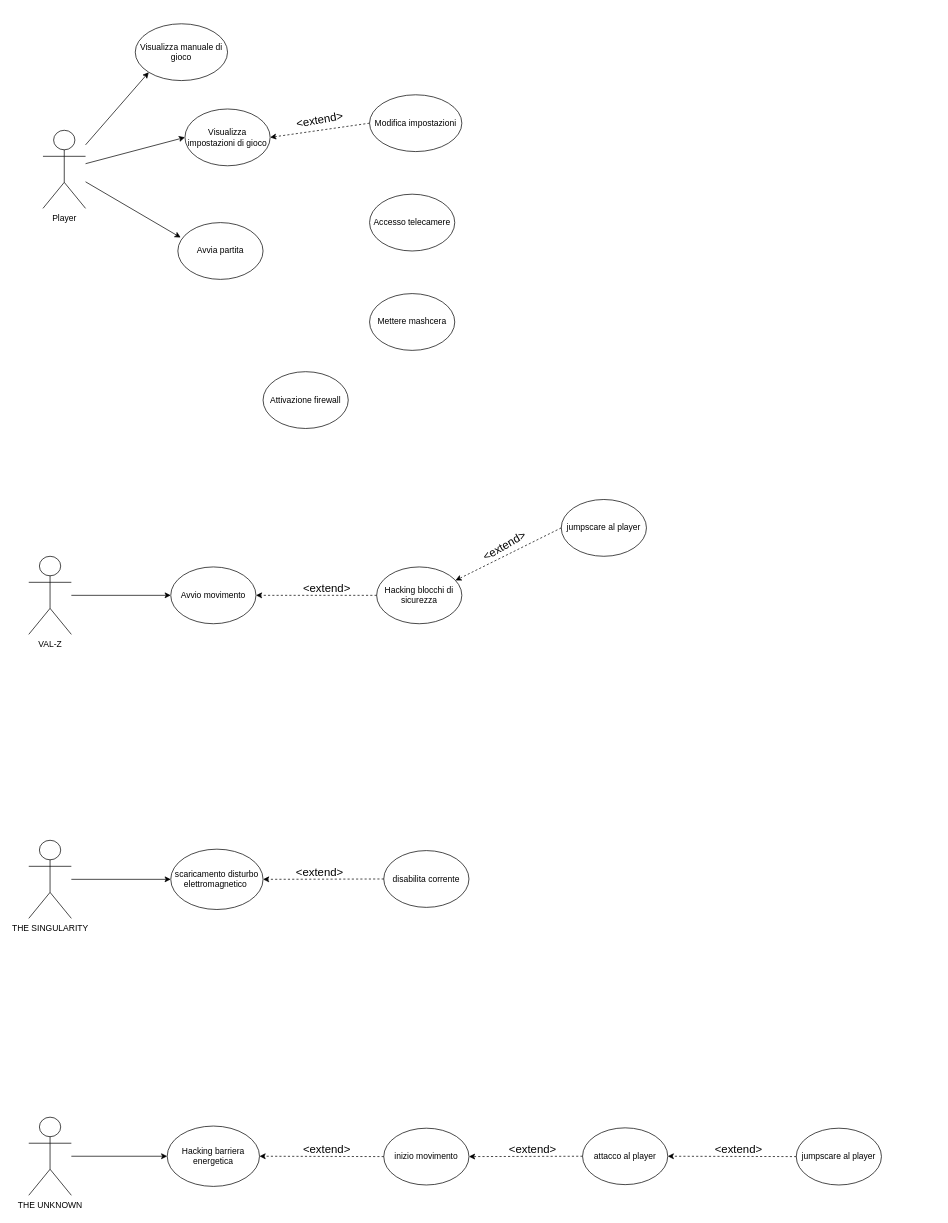
The draw.io diagram 7_Allegati/Use_Case.drawio in NLEchap0/System-Breach-Five-Nights, before the edit. Source tidied: cells renumbered, new cells numbered last; positions are measured from the earlier drawing's top-left corner, leaving out a move shared by most shapes. Both pictures are drawn from the tidied source at 71%, with x=0, y=0 at pixel (28, 23).
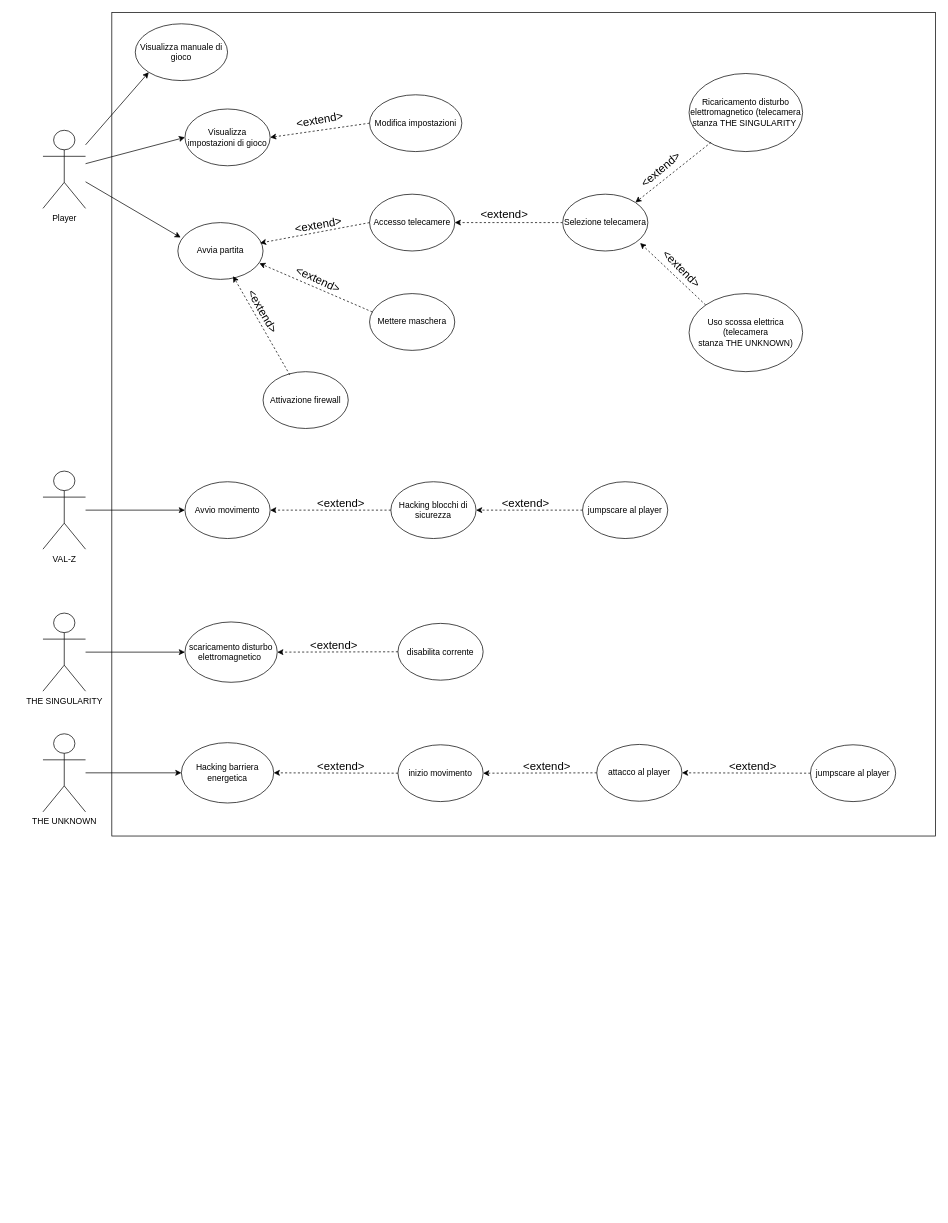
Above is the later version.

Commit message (it also covers changes not shown here):
completamento use case

The change refers to these unchanged cells:
```xml
<mxCell id="11" value="Avvia partita" style="ellipse;whiteSpace=wrap;html=1;" parent="1" vertex="1">
  <mxGeometry x="210" y="280" width="120" height="80" as="geometry" />
</mxCell>
<mxCell id="12" value="Accesso telecamere" style="ellipse;whiteSpace=wrap;html=1;" parent="1" vertex="1">
  <mxGeometry x="480" y="240" width="120" height="80" as="geometry" />
</mxCell>
<mxCell id="13" value="Attivazione firewall" style="ellipse;whiteSpace=wrap;html=1;" parent="1" vertex="1">
  <mxGeometry x="330" y="490" width="120" height="80" as="geometry" />
</mxCell>
```

The edit, as a diff of the source:
```diff
@@
+    <mxCell id="42" style="whiteSpace=wrap;html=1;fillColor=default;backgroundOutline=0;" parent="1" vertex="1">
+      <mxGeometry x="117" y="-16" width="1160" height="1160" as="geometry" />
+    </mxCell>
@@
-    <mxCell id="14" value="Mettere mashcera" style="ellipse;whiteSpace=wrap;html=1;" parent="1" vertex="1">
-      <mxGeometry x="480" y="380" width="120" height="80" as="geometry" />
-    </mxCell>
+    <mxCell id="43" value="Mettere maschera" style="ellipse;whiteSpace=wrap;html=1;" parent="1" vertex="1">
+      <mxGeometry x="480" y="380" width="120" height="80" as="geometry" />
+    </mxCell>
     <mxCell id="15" value="VAL-Z" style="shape=umlActor;verticalLabelPosition=bottom;verticalAlign=top;html=1;outlineConnect=0;" parent="1" vertex="1">
-      <mxGeometry y="750" width="60" height="110" as="geometry" />
+      <mxGeometry x="20" y="630" width="60" height="110" as="geometry" />
     </mxCell>
     <mxCell id="16" value="Avvio movimento" style="ellipse;whiteSpace=wrap;html=1;" parent="1" vertex="1">
-      <mxGeometry x="200" y="765" width="120" height="80" as="geometry" />
+      <mxGeometry x="220" y="645" width="120" height="80" as="geometry" />
     </mxCell>
@@
     <mxCell id="18" value="Hacking blocchi di sicurezza" style="ellipse;whiteSpace=wrap;html=1;" parent="1" vertex="1">
-      <mxGeometry x="490" y="765" width="120" height="80" as="geometry" />
+      <mxGeometry x="510" y="645" width="120" height="80" as="geometry" />
     </mxCell>
@@
-    <mxCell id="20" value="&lt;font style=&quot;font-size: 16px;&quot;&gt;&amp;lt;extend&amp;gt;&lt;/font&gt;" style="text;html=1;whiteSpace=wrap;strokeColor=none;fillColor=none;align=center;verticalAlign=middle;rounded=0;rotation=0;" parent="1" vertex="1">
-      <mxGeometry x="390" y="780" width="60" height="30" as="geometry" />
-    </mxCell>
-    <mxCell id="21" value="jumpscare al player" style="ellipse;whiteSpace=wrap;html=1;" parent="1" vertex="1">
-      <mxGeometry x="750" y="670" width="120" height="80" as="geometry" />
-    </mxCell>
-    <mxCell id="22" style="html=1;labelBackgroundColor=#ffffff;startArrow=none;startFill=0;startSize=6;endArrow=classic;endFill=1;endSize=6;jettySize=auto;strokeWidth=1;dashed=1;fontSize=14;rounded=0;entryX=0.925;entryY=0.238;entryDx=0;entryDy=0;exitX=0;exitY=0.5;exitDx=0;exitDy=0;entryPerimeter=0;" parent="1" edge="1" source="21" target="18">
-      <mxGeometry relative="1" as="geometry" />
-    </mxCell>
-    <mxCell id="23" value="&lt;font style=&quot;font-size: 16px;&quot;&gt;&amp;lt;extend&amp;gt;&lt;/font&gt;" style="text;html=1;whiteSpace=wrap;strokeColor=none;fillColor=none;align=center;verticalAlign=middle;rounded=0;rotation=-30;" parent="1" vertex="1">
-      <mxGeometry x="640" y="720" width="60" height="30" as="geometry" />
-    </mxCell>
+    <mxCell id="44" value="&lt;font style=&quot;font-size: 16px;&quot;&gt;&amp;lt;extend&amp;gt;&lt;/font&gt;" style="text;html=1;whiteSpace=wrap;strokeColor=none;fillColor=none;align=center;verticalAlign=middle;rounded=0;rotation=0;" parent="1" vertex="1">
+      <mxGeometry x="410" y="660" width="60" height="30" as="geometry" />
+    </mxCell>
+    <mxCell id="45" value="jumpscare al player" style="ellipse;whiteSpace=wrap;html=1;" parent="1" vertex="1">
+      <mxGeometry x="780" y="645" width="120" height="80" as="geometry" />
+    </mxCell>
+    <mxCell id="46" style="html=1;labelBackgroundColor=#ffffff;startArrow=none;startFill=0;startSize=6;endArrow=classic;endFill=1;endSize=6;jettySize=auto;strokeWidth=1;dashed=1;fontSize=14;rounded=0;entryX=1;entryY=0.5;entryDx=0;entryDy=0;exitX=0;exitY=0.5;exitDx=0;exitDy=0;" parent="1" edge="1" source="45" target="18">
+      <mxGeometry relative="1" as="geometry" />
+    </mxCell>
+    <mxCell id="47" value="&lt;font style=&quot;font-size: 16px;&quot;&gt;&amp;lt;extend&amp;gt;&lt;/font&gt;" style="text;html=1;whiteSpace=wrap;strokeColor=none;fillColor=none;align=center;verticalAlign=middle;rounded=0;rotation=0;" parent="1" vertex="1">
+      <mxGeometry x="670" y="660" width="60" height="30" as="geometry" />
+    </mxCell>
     <mxCell id="24" value="THE SINGULARITY" style="shape=umlActor;verticalLabelPosition=bottom;verticalAlign=top;html=1;outlineConnect=0;" parent="1" vertex="1">
-      <mxGeometry y="1150" width="60" height="110" as="geometry" />
+      <mxGeometry x="20" y="830" width="60" height="110" as="geometry" />
     </mxCell>
     <mxCell id="25" value="scaricamento disturbo elettromagnetico&amp;nbsp;" style="ellipse;whiteSpace=wrap;html=1;" parent="1" vertex="1">
-      <mxGeometry x="200" y="1162.5" width="130" height="85" as="geometry" />
+      <mxGeometry x="220" y="842.5" width="130" height="85" as="geometry" />
     </mxCell>
@@
     <mxCell id="27" value="disabilita corrente" style="ellipse;whiteSpace=wrap;html=1;" parent="1" vertex="1">
-      <mxGeometry x="500" y="1164.5" width="120" height="80" as="geometry" />
+      <mxGeometry x="520" y="844.5" width="120" height="80" as="geometry" />
     </mxCell>
@@
-    <mxCell id="29" value="&lt;font style=&quot;font-size: 16px;&quot;&gt;&amp;lt;extend&amp;gt;&lt;/font&gt;" style="text;html=1;whiteSpace=wrap;strokeColor=none;fillColor=none;align=center;verticalAlign=middle;rounded=0;rotation=0;" parent="1" vertex="1">
-      <mxGeometry x="380" y="1180" width="60" height="30" as="geometry" />
-    </mxCell>
+    <mxCell id="48" value="&lt;font style=&quot;font-size: 16px;&quot;&gt;&amp;lt;extend&amp;gt;&lt;/font&gt;" style="text;html=1;whiteSpace=wrap;strokeColor=none;fillColor=none;align=center;verticalAlign=middle;rounded=0;rotation=0;" parent="1" vertex="1">
+      <mxGeometry x="400" y="860" width="60" height="30" as="geometry" />
+    </mxCell>
     <mxCell id="30" value="THE UNKNOWN" style="shape=umlActor;verticalLabelPosition=bottom;verticalAlign=top;html=1;outlineConnect=0;" parent="1" vertex="1">
-      <mxGeometry y="1540" width="60" height="110" as="geometry" />
+      <mxGeometry x="20" y="1000" width="60" height="110" as="geometry" />
     </mxCell>
     <mxCell id="31" value="Hacking barriera energetica" style="ellipse;whiteSpace=wrap;html=1;" parent="1" vertex="1">
-      <mxGeometry x="195" y="1552.5" width="130" height="85" as="geometry" />
+      <mxGeometry x="215" y="1012.5" width="130" height="85" as="geometry" />
     </mxCell>
@@
     <mxCell id="33" value="inizio movimento" style="ellipse;whiteSpace=wrap;html=1;" parent="1" vertex="1">
-      <mxGeometry x="500" y="1555.5" width="120" height="80" as="geometry" />
+      <mxGeometry x="520" y="1015.5" width="120" height="80" as="geometry" />
     </mxCell>
@@
-    <mxCell id="35" value="&lt;font style=&quot;font-size: 16px;&quot;&gt;&amp;lt;extend&amp;gt;&lt;/font&gt;" style="text;html=1;whiteSpace=wrap;strokeColor=none;fillColor=none;align=center;verticalAlign=middle;rounded=0;rotation=0;" parent="1" vertex="1">
-      <mxGeometry x="390" y="1570" width="60" height="30" as="geometry" />
-    </mxCell>
+    <mxCell id="49" value="&lt;font style=&quot;font-size: 16px;&quot;&gt;&amp;lt;extend&amp;gt;&lt;/font&gt;" style="text;html=1;whiteSpace=wrap;strokeColor=none;fillColor=none;align=center;verticalAlign=middle;rounded=0;rotation=0;" parent="1" vertex="1">
+      <mxGeometry x="410" y="1030" width="60" height="30" as="geometry" />
+    </mxCell>
     <mxCell id="36" value="attacco al player" style="ellipse;whiteSpace=wrap;html=1;" parent="1" vertex="1">
-      <mxGeometry x="780" y="1555" width="120" height="80" as="geometry" />
+      <mxGeometry x="800" y="1015" width="120" height="80" as="geometry" />
     </mxCell>
@@
-    <mxCell id="38" value="&lt;font style=&quot;font-size: 16px;&quot;&gt;&amp;lt;extend&amp;gt;&lt;/font&gt;" style="text;html=1;whiteSpace=wrap;strokeColor=none;fillColor=none;align=center;verticalAlign=middle;rounded=0;rotation=0;" parent="1" vertex="1">
-      <mxGeometry x="680" y="1570" width="60" height="30" as="geometry" />
-    </mxCell>
-    <mxCell id="39" value="jumpscare al player" style="ellipse;whiteSpace=wrap;html=1;" parent="1" vertex="1">
-      <mxGeometry x="1081" y="1555.5" width="120" height="80" as="geometry" />
-    </mxCell>
-    <mxCell id="40" style="html=1;labelBackgroundColor=#ffffff;startArrow=none;startFill=0;startSize=6;endArrow=classic;endFill=1;endSize=6;jettySize=auto;strokeWidth=1;dashed=1;fontSize=14;rounded=0;exitX=0;exitY=0.5;exitDx=0;exitDy=0;entryX=1;entryY=0.5;entryDx=0;entryDy=0;" parent="1" edge="1" source="39" target="36">
-      <mxGeometry relative="1" as="geometry" />
-    </mxCell>
-    <mxCell id="41" value="&lt;font style=&quot;font-size: 16px;&quot;&gt;&amp;lt;extend&amp;gt;&lt;/font&gt;" style="text;html=1;whiteSpace=wrap;strokeColor=none;fillColor=none;align=center;verticalAlign=middle;rounded=0;rotation=0;" parent="1" vertex="1">
-      <mxGeometry x="970" y="1570" width="60" height="30" as="geometry" />
-    </mxCell>
+    <mxCell id="50" value="&lt;font style=&quot;font-size: 16px;&quot;&gt;&amp;lt;extend&amp;gt;&lt;/font&gt;" style="text;html=1;whiteSpace=wrap;strokeColor=none;fillColor=none;align=center;verticalAlign=middle;rounded=0;rotation=0;" parent="1" vertex="1">
+      <mxGeometry x="700" y="1030" width="60" height="30" as="geometry" />
+    </mxCell>
+    <mxCell id="51" value="jumpscare al player" style="ellipse;whiteSpace=wrap;html=1;" parent="1" vertex="1">
+      <mxGeometry x="1101" y="1015.5" width="120" height="80" as="geometry" />
+    </mxCell>
+    <mxCell id="52" style="html=1;labelBackgroundColor=#ffffff;startArrow=none;startFill=0;startSize=6;endArrow=classic;endFill=1;endSize=6;jettySize=auto;strokeWidth=1;dashed=1;fontSize=14;rounded=0;exitX=0;exitY=0.5;exitDx=0;exitDy=0;entryX=1;entryY=0.5;entryDx=0;entryDy=0;" parent="1" edge="1" source="51" target="36">
+      <mxGeometry relative="1" as="geometry" />
+    </mxCell>
+    <mxCell id="53" value="&lt;font style=&quot;font-size: 16px;&quot;&gt;&amp;lt;extend&amp;gt;&lt;/font&gt;" style="text;html=1;whiteSpace=wrap;strokeColor=none;fillColor=none;align=center;verticalAlign=middle;rounded=0;rotation=0;" parent="1" vertex="1">
+      <mxGeometry x="990" y="1030" width="60" height="30" as="geometry" />
+    </mxCell>
+    <mxCell id="54" style="html=1;labelBackgroundColor=#ffffff;startArrow=none;startFill=0;startSize=6;endArrow=classic;endFill=1;endSize=6;jettySize=auto;strokeWidth=1;dashed=1;fontSize=14;rounded=0;entryX=0.648;entryY=0.943;entryDx=0;entryDy=0;exitX=0.314;exitY=0.056;exitDx=0;exitDy=0;exitPerimeter=0;entryPerimeter=0;" parent="1" edge="1" source="13" target="11">
+      <mxGeometry relative="1" as="geometry" />
+    </mxCell>
+    <mxCell id="55" value="&lt;font style=&quot;font-size: 16px;&quot;&gt;&amp;lt;extend&amp;gt;&lt;/font&gt;" style="text;html=1;whiteSpace=wrap;strokeColor=none;fillColor=none;align=center;verticalAlign=middle;rounded=0;rotation=60;" parent="1" vertex="1">
+      <mxGeometry x="300" y="390" width="60" height="30" as="geometry" />
+    </mxCell>
+    <mxCell id="56" style="html=1;labelBackgroundColor=#ffffff;startArrow=none;startFill=0;startSize=6;endArrow=classic;endFill=1;endSize=6;jettySize=auto;strokeWidth=1;dashed=1;fontSize=14;rounded=0;entryX=0.957;entryY=0.717;entryDx=0;entryDy=0;exitX=0.033;exitY=0.324;exitDx=0;exitDy=0;exitPerimeter=0;entryPerimeter=0;" parent="1" edge="1" source="43" target="11">
+      <mxGeometry relative="1" as="geometry" />
+    </mxCell>
+    <mxCell id="57" value="&lt;font style=&quot;font-size: 16px;&quot;&gt;&amp;lt;extend&amp;gt;&lt;/font&gt;" style="text;html=1;whiteSpace=wrap;strokeColor=none;fillColor=none;align=center;verticalAlign=middle;rounded=0;rotation=25;" parent="1" vertex="1">
+      <mxGeometry x="378" y="345" width="60" height="30" as="geometry" />
+    </mxCell>
+    <mxCell id="58" style="html=1;labelBackgroundColor=#ffffff;startArrow=none;startFill=0;startSize=6;endArrow=classic;endFill=1;endSize=6;jettySize=auto;strokeWidth=1;dashed=1;fontSize=14;rounded=0;entryX=0.965;entryY=0.36;entryDx=0;entryDy=0;exitX=0;exitY=0.5;exitDx=0;exitDy=0;entryPerimeter=0;" parent="1" edge="1" source="12" target="11">
+      <mxGeometry relative="1" as="geometry" />
+    </mxCell>
+    <mxCell id="59" value="&lt;font style=&quot;font-size: 16px;&quot;&gt;&amp;lt;extend&amp;gt;&lt;/font&gt;" style="text;html=1;whiteSpace=wrap;strokeColor=none;fillColor=none;align=center;verticalAlign=middle;rounded=0;rotation=-10;" parent="1" vertex="1">
+      <mxGeometry x="378" y="268" width="60" height="30" as="geometry" />
+    </mxCell>
+    <mxCell id="60" style="html=1;labelBackgroundColor=#ffffff;startArrow=none;startFill=0;startSize=6;endArrow=classic;endFill=1;endSize=6;jettySize=auto;strokeWidth=1;dashed=1;fontSize=14;rounded=0;entryX=1;entryY=0.5;entryDx=0;entryDy=0;exitX=0;exitY=0.5;exitDx=0;exitDy=0;" parent="1" edge="1" source="62" target="12">
+      <mxGeometry relative="1" as="geometry" />
+    </mxCell>
+    <mxCell id="61" value="&lt;font style=&quot;font-size: 16px;&quot;&gt;&amp;lt;extend&amp;gt;&lt;/font&gt;" style="text;html=1;whiteSpace=wrap;strokeColor=none;fillColor=none;align=center;verticalAlign=middle;rounded=0;rotation=0;" parent="1" vertex="1">
+      <mxGeometry x="640" y="253" width="60" height="30" as="geometry" />
+    </mxCell>
+    <mxCell id="62" value="Selezione telecamera" style="ellipse;whiteSpace=wrap;html=1;" parent="1" vertex="1">
+      <mxGeometry x="752" y="240" width="120" height="80" as="geometry" />
+    </mxCell>
+    <mxCell id="63" value="Uso scossa elettrica (telecamera stanza&amp;nbsp;&lt;span style=&quot;text-wrap-mode: nowrap;&quot;&gt;THE UNKNOWN)&lt;/span&gt;" style="ellipse;whiteSpace=wrap;html=1;" parent="1" vertex="1">
+      <mxGeometry x="930" y="380" width="160" height="110" as="geometry" />
+    </mxCell>
+    <mxCell id="64" value="Ricaricamento disturbo elettromagnetico (telecamera stanza&amp;nbsp;&lt;span style=&quot;text-wrap-mode: nowrap;&quot;&gt;THE SINGULARITY&lt;/span&gt;&amp;nbsp;" style="ellipse;whiteSpace=wrap;html=1;" parent="1" vertex="1">
+      <mxGeometry x="930" y="70" width="160" height="110" as="geometry" />
+    </mxCell>
+    <mxCell id="65" style="html=1;labelBackgroundColor=#ffffff;startArrow=none;startFill=0;startSize=6;endArrow=classic;endFill=1;endSize=6;jettySize=auto;strokeWidth=1;dashed=1;fontSize=14;rounded=0;entryX=1;entryY=0;entryDx=0;entryDy=0;exitX=0.194;exitY=0.881;exitDx=0;exitDy=0;exitPerimeter=0;" parent="1" edge="1" source="64" target="62">
+      <mxGeometry relative="1" as="geometry" />
+    </mxCell>
+    <mxCell id="66" value="&lt;font style=&quot;font-size: 16px;&quot;&gt;&amp;lt;extend&amp;gt;&lt;/font&gt;" style="text;html=1;whiteSpace=wrap;strokeColor=none;fillColor=none;align=center;verticalAlign=middle;rounded=0;rotation=-40;" parent="1" vertex="1">
+      <mxGeometry x="860" y="190" width="60" height="30" as="geometry" />
+    </mxCell>
+    <mxCell id="67" style="html=1;labelBackgroundColor=#ffffff;startArrow=none;startFill=0;startSize=6;endArrow=classic;endFill=1;endSize=6;jettySize=auto;strokeWidth=1;dashed=1;fontSize=14;rounded=0;entryX=0.909;entryY=0.86;entryDx=0;entryDy=0;exitX=0;exitY=0;exitDx=0;exitDy=0;entryPerimeter=0;" parent="1" edge="1" source="63" target="62">
+      <mxGeometry relative="1" as="geometry" />
+    </mxCell>
+    <mxCell id="68" value="&lt;font style=&quot;font-size: 16px;&quot;&gt;&amp;lt;extend&amp;gt;&lt;/font&gt;" style="text;html=1;whiteSpace=wrap;strokeColor=none;fillColor=none;align=center;verticalAlign=middle;rounded=0;rotation=45;" parent="1" vertex="1">
+      <mxGeometry x="890" y="330" width="60" height="30" as="geometry" />
+    </mxCell>
```
